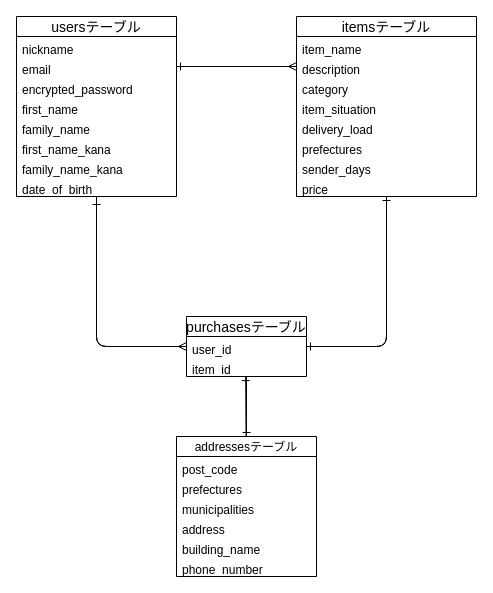
Earlier version of the draw.io diagram furima.dio (8yukidaruma8/furima-38545). Source tidied: cells renumbered, new cells numbered last; positions are measured from the earlier drawing's top-left corner, leaving out a move shared by most shapes. Both pictures are drawn from the tidied source at 100%, with x=0, y=0 at pixel (16, 16).
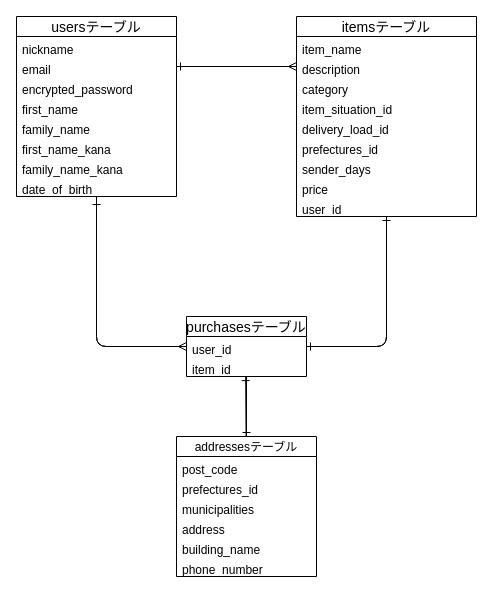
After the change.

Unchanged cells that the change refers to:
```xml
<mxCell id="23" value="addressesテーブル" style="swimlane;fontStyle=0;horizontal=1;startSize=20;align=center;fontSize=12;swimlaneFillColor=none;gradientColor=none;shadow=0;" parent="1" vertex="1">
  <mxGeometry x="160" y="420" width="140" height="140" as="geometry" />
</mxCell>
```

What changed in the source:
```diff
@@
     <mxCell id="13" value="itemsテーブル" style="swimlane;fontStyle=0;horizontal=1;startSize=20;align=center;fontSize=14;swimlaneFillColor=none;gradientColor=none;shadow=0;" parent="1" vertex="1">
-      <mxGeometry x="280" width="180" height="180" as="geometry" />
+      <mxGeometry x="280" width="180" height="200" as="geometry" />
     </mxCell>
@@
-    <mxCell id="17" value="item_situation" style="text;strokeColor=none;fillColor=none;spacingLeft=4;spacingRight=4;overflow=hidden;fontSize=12;" parent="13" vertex="1">
+    <mxCell id="17" value="item_situation_id" style="text;strokeColor=none;fillColor=none;spacingLeft=4;spacingRight=4;overflow=hidden;fontSize=12;" parent="13" vertex="1">
       <mxGeometry y="80" width="180" height="20" as="geometry" />
     </mxCell>
-    <mxCell id="18" value="delivery_load" style="text;strokeColor=none;fillColor=none;spacingLeft=4;spacingRight=4;overflow=hidden;fontSize=12;" parent="13" vertex="1">
+    <mxCell id="18" value="delivery_load_id" style="text;strokeColor=none;fillColor=none;spacingLeft=4;spacingRight=4;overflow=hidden;fontSize=12;" parent="13" vertex="1">
       <mxGeometry y="100" width="180" height="20" as="geometry" />
     </mxCell>
-    <mxCell id="19" value="prefectures" style="text;strokeColor=none;fillColor=none;spacingLeft=4;spacingRight=4;overflow=hidden;fontSize=12;" parent="13" vertex="1">
+    <mxCell id="19" value="prefectures_id" style="text;strokeColor=none;fillColor=none;spacingLeft=4;spacingRight=4;overflow=hidden;fontSize=12;" parent="13" vertex="1">
       <mxGeometry y="120" width="180" height="20" as="geometry" />
     </mxCell>
@@
+    <mxCell id="38" value="user_id" style="text;strokeColor=none;fillColor=none;spacingLeft=4;spacingRight=4;overflow=hidden;fontSize=12;" parent="13" vertex="1">
+      <mxGeometry y="180" width="180" height="20" as="geometry" />
+    </mxCell>
@@
-    <mxCell id="25" value="prefectures" style="text;strokeColor=none;fillColor=none;spacingLeft=4;spacingRight=4;overflow=hidden;fontSize=12;" parent="23" vertex="1">
+    <mxCell id="25" value="prefectures_id" style="text;strokeColor=none;fillColor=none;spacingLeft=4;spacingRight=4;overflow=hidden;fontSize=12;" parent="23" vertex="1">
       <mxGeometry y="40" width="140" height="20" as="geometry" />
     </mxCell>
```
